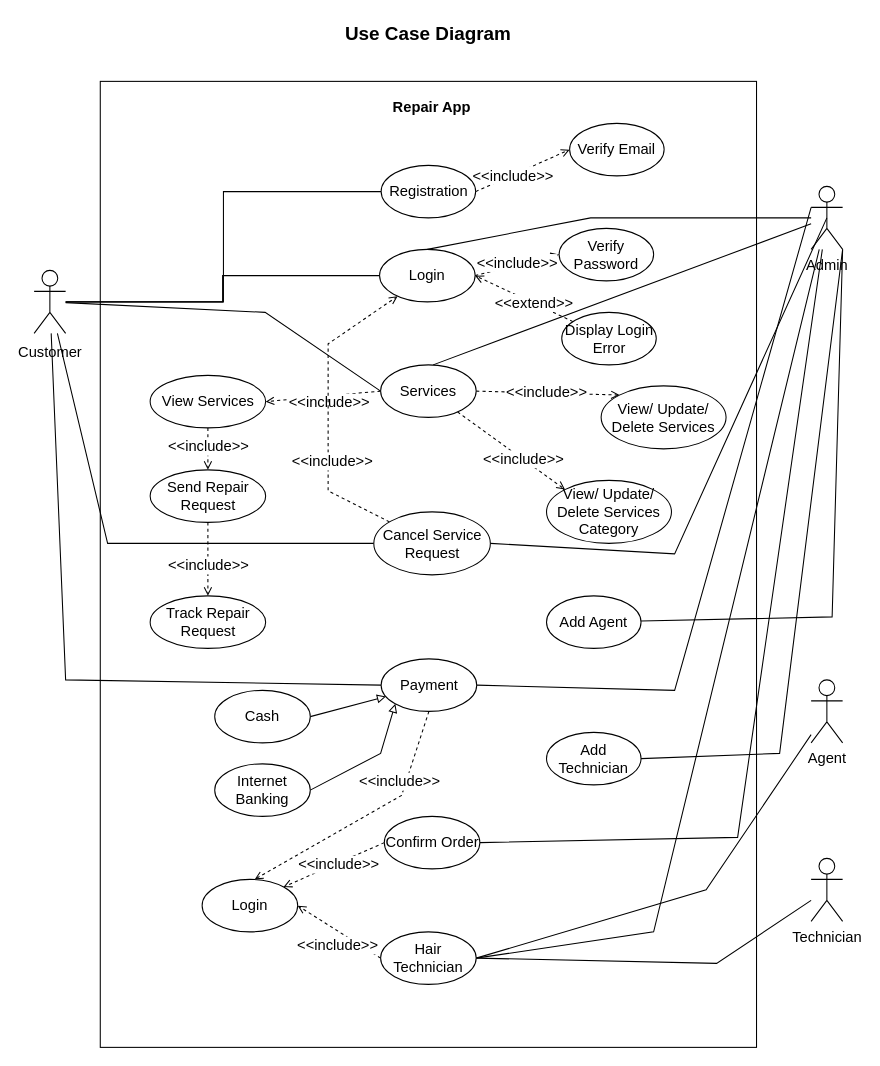
The draw.io diagram page "Use Case Diagram" (2 of 2) of Dragram drawio files/Use Case Diagram.drawio in AssadujjamanTilok/Report_Repair, before the edit. Source tidied: cells renumbered, new cells numbered last; positions are measured from the earlier drawing's top-left corner, leaving out a move shared by most shapes. Both pictures are drawn from the tidied source at 105%, with x=0, y=0 at pixel (34, 18).
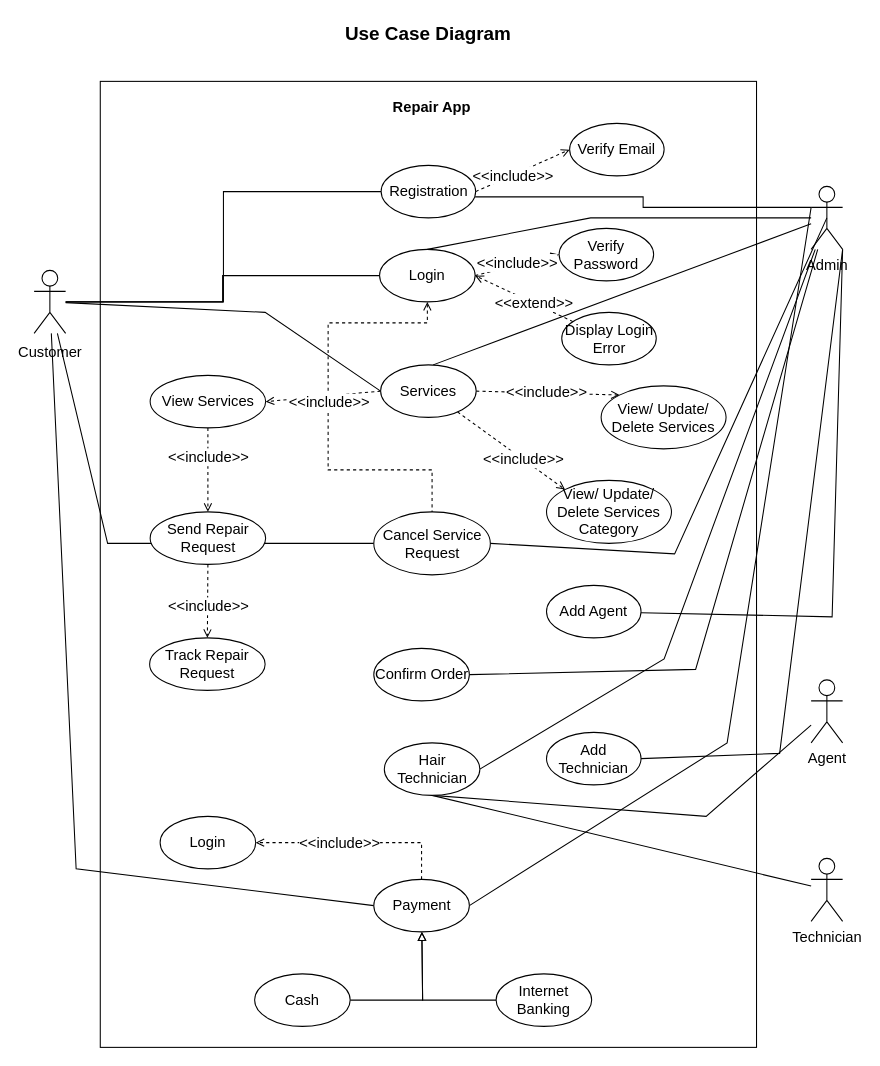
The same diagram, later.

Commit message:
Make use case correct

The change refers to these unchanged cells:
```xml
<mxCell id="9" value="&lt;font style=&quot;font-size: 14px;&quot;&gt;Customer&lt;/font&gt;" style="shape=umlActor;verticalLabelPosition=bottom;verticalAlign=top;html=1;outlineConnect=0;fontSize=18;" parent="1" vertex="1">
  <mxGeometry y="240" width="30" height="60" as="geometry" />
</mxCell>
<mxCell id="16" value="Admin&lt;br&gt;" style="shape=umlActor;verticalLabelPosition=bottom;verticalAlign=top;html=1;outlineConnect=0;fontSize=14;" parent="1" vertex="1">
  <mxGeometry x="740" y="160" width="30" height="60" as="geometry" />
</mxCell>
<mxCell id="19" value="Agent" style="shape=umlActor;verticalLabelPosition=bottom;verticalAlign=top;html=1;outlineConnect=0;fontSize=14;" parent="1" vertex="1">
  <mxGeometry x="740" y="630" width="30" height="60" as="geometry" />
</mxCell>
<mxCell id="21" value="Technician" style="shape=umlActor;verticalLabelPosition=bottom;verticalAlign=top;html=1;outlineConnect=0;fontSize=14;" parent="1" vertex="1">
  <mxGeometry x="740" y="800" width="30" height="60" as="geometry" />
</mxCell>
<mxCell id="27" value="Login" style="ellipse;whiteSpace=wrap;html=1;fontSize=14;" parent="1" vertex="1">
  <mxGeometry x="329" y="220" width="91" height="50" as="geometry" />
</mxCell>
<mxCell id="42" value="Cancel Service Request" style="ellipse;whiteSpace=wrap;html=1;fontSize=14;" parent="1" vertex="1">
  <mxGeometry x="323.5" y="470" width="111" height="60" as="geometry" />
</mxCell>
```

The edit, as a diff of the source:
```diff
@@
     <mxCell id="8" style="edgeStyle=none;rounded=0;jettySize=auto;html=1;entryX=0;entryY=0.5;entryDx=0;entryDy=0;fontSize=14;endArrow=none;endFill=0;" parent="1" edge="1" source="9" target="45">
       <mxGeometry relative="1" as="geometry">
         <Array as="points">
-          <mxPoint x="30" y="630" />
+          <mxPoint x="40" y="810" />
         </Array>
       </mxGeometry>
     </mxCell>
@@
     <mxCell id="12" style="edgeStyle=none;rounded=0;jettySize=auto;html=1;entryX=1;entryY=0.5;entryDx=0;entryDy=0;fontSize=14;endArrow=none;endFill=0;exitX=0;exitY=0.3333333333333333;exitDx=0;exitDy=0;exitPerimeter=0;" parent="1" edge="1" source="16" target="45">
       <mxGeometry relative="1" as="geometry">
         <Array as="points">
-          <mxPoint x="610" y="640" />
+          <mxPoint x="660" y="690" />
         </Array>
       </mxGeometry>
     </mxCell>
     <mxCell id="13" style="edgeStyle=none;rounded=0;jettySize=auto;html=1;entryX=1;entryY=0.5;entryDx=0;entryDy=0;fontSize=14;endArrow=none;endFill=0;" parent="1" edge="1" source="16" target="48">
       <mxGeometry relative="1" as="geometry">
         <Array as="points">
-          <mxPoint x="670" y="780" />
+          <mxPoint x="630" y="620" />
         </Array>
       </mxGeometry>
     </mxCell>
     <mxCell id="14" style="edgeStyle=none;rounded=0;jettySize=auto;html=1;entryX=1;entryY=0.5;entryDx=0;entryDy=0;fontSize=14;endArrow=none;endFill=0;" parent="1" edge="1" source="16" target="51">
       <mxGeometry relative="1" as="geometry">
         <Array as="points">
-          <mxPoint x="590" y="870" />
+          <mxPoint x="600" y="610" />
         </Array>
       </mxGeometry>
     </mxCell>
@@
+    <mxCell id="70" style="edgeStyle=orthogonalEdgeStyle;rounded=0;jettySize=auto;html=1;endArrow=none;endFill=0;" parent="1" edge="1" source="16">
+      <mxGeometry relative="1" as="geometry">
+        <mxPoint x="420" y="170" as="targetPoint" />
+        <Array as="points">
+          <mxPoint x="580" y="180" />
+          <mxPoint x="580" y="170" />
+        </Array>
+      </mxGeometry>
+    </mxCell>
@@
-    <mxCell id="18" style="edgeStyle=none;rounded=0;jettySize=auto;html=1;fontSize=14;endArrow=none;endFill=0;entryX=1;entryY=0.5;entryDx=0;entryDy=0;" parent="1" edge="1" source="19" target="51">
+    <mxCell id="18" style="edgeStyle=none;rounded=0;jettySize=auto;html=1;fontSize=14;endArrow=none;endFill=0;entryX=0.5;entryY=1;entryDx=0;entryDy=0;" parent="1" edge="1" source="19" target="51">
       <mxGeometry relative="1" as="geometry">
         <Array as="points">
-          <mxPoint x="640" y="830" />
+          <mxPoint x="640" y="760" />
         </Array>
       </mxGeometry>
     </mxCell>
@@
-    <mxCell id="20" style="edgeStyle=none;rounded=0;jettySize=auto;html=1;fontSize=14;endArrow=none;endFill=0;entryX=1;entryY=0.5;entryDx=0;entryDy=0;" parent="1" edge="1" source="21" target="51">
-      <mxGeometry relative="1" as="geometry">
-        <Array as="points">
-          <mxPoint x="650" y="900" />
-        </Array>
-      </mxGeometry>
+    <mxCell id="20" style="edgeStyle=none;rounded=0;jettySize=auto;html=1;fontSize=14;endArrow=none;endFill=0;entryX=0.5;entryY=1;entryDx=0;entryDy=0;" parent="1" edge="1" source="21" target="51">
+      <mxGeometry relative="1" as="geometry" />
     </mxCell>
@@
+    <mxCell id="71" style="edgeStyle=orthogonalEdgeStyle;rounded=0;jettySize=auto;html=1;dashed=1;endArrow=none;endFill=0;startArrow=open;startFill=0;exitX=0.5;exitY=1;exitDx=0;exitDy=0;" parent="1" edge="1" source="27" target="42">
+      <mxGeometry relative="1" as="geometry">
+        <Array as="points">
+          <mxPoint x="375" y="290" />
+          <mxPoint x="280" y="290" />
+          <mxPoint x="280" y="430" />
+          <mxPoint x="379" y="430" />
+        </Array>
+      </mxGeometry>
+    </mxCell>
@@
-    <mxCell id="40" style="edgeStyle=none;rounded=0;jettySize=auto;html=1;dashed=1;fontSize=14;endArrow=open;endFill=0;" parent="1" edge="1" source="42" target="27">
-      <mxGeometry relative="1" as="geometry">
-        <Array as="points">
-          <mxPoint x="280" y="450" />
-          <mxPoint x="280" y="310" />
-        </Array>
-      </mxGeometry>
-    </mxCell>
-    <mxCell id="41" value="&amp;lt;&amp;lt;include&amp;gt;&amp;gt;" style="edgeLabel;html=1;align=center;verticalAlign=middle;fontSize=14;" parent="40" vertex="1">
-      <mxGeometry x="-0.35" y="-3" relative="1" as="geometry">
-        <mxPoint y="-1" as="offset" />
-      </mxGeometry>
-    </mxCell>
@@
-    <mxCell id="43" style="edgeStyle=none;rounded=0;jettySize=auto;html=1;exitX=0.5;exitY=1;exitDx=0;exitDy=0;dashed=1;fontSize=14;endArrow=open;endFill=0;" parent="1" edge="1" source="45">
-      <mxGeometry relative="1" as="geometry">
-        <mxPoint x="210" y="820" as="targetPoint" />
-        <Array as="points">
-          <mxPoint x="350" y="740" />
-        </Array>
-      </mxGeometry>
-    </mxCell>
-    <mxCell id="44" value="&amp;lt;&amp;lt;include&amp;gt;&amp;gt;" style="edgeLabel;html=1;align=center;verticalAlign=middle;fontSize=14;" parent="43" vertex="1">
-      <mxGeometry x="-0.75" relative="1" as="geometry">
-        <mxPoint x="-19" y="37" as="offset" />
-      </mxGeometry>
-    </mxCell>
+    <mxCell id="72" style="edgeStyle=orthogonalEdgeStyle;rounded=0;jettySize=auto;html=1;exitX=0.5;exitY=0;exitDx=0;exitDy=0;entryX=1;entryY=0.5;entryDx=0;entryDy=0;dashed=1;startArrow=none;startFill=0;endArrow=open;endFill=0;" parent="1" edge="1" source="45" target="56">
+      <mxGeometry relative="1" as="geometry" />
+    </mxCell>
     <mxCell id="45" value="Payment" style="ellipse;whiteSpace=wrap;html=1;fontSize=14;" parent="1" vertex="1">
-      <mxGeometry x="330.5" y="610" width="91" height="50" as="geometry" />
+      <mxGeometry x="323.5" y="820" width="91" height="50" as="geometry" />
     </mxCell>
-    <mxCell id="46" style="edgeStyle=none;rounded=0;jettySize=auto;html=1;exitX=0;exitY=0.5;exitDx=0;exitDy=0;entryX=1;entryY=0;entryDx=0;entryDy=0;dashed=1;fontSize=14;endArrow=open;endFill=0;" parent="1" edge="1" source="48" target="56">
-      <mxGeometry relative="1" as="geometry" />
-    </mxCell>
-    <mxCell id="47" value="&amp;lt;&amp;lt;include&amp;gt;&amp;gt;" style="edgeLabel;html=1;align=center;verticalAlign=middle;fontSize=14;" parent="46" vertex="1">
-      <mxGeometry x="-0.31" y="-2" relative="1" as="geometry">
-        <mxPoint x="-10" y="8" as="offset" />
-      </mxGeometry>
-    </mxCell>
     <mxCell id="48" value="Confirm Order" style="ellipse;whiteSpace=wrap;html=1;fontSize=14;" parent="1" vertex="1">
-      <mxGeometry x="333.5" y="760" width="91" height="50" as="geometry" />
+      <mxGeometry x="323.5" y="600" width="91" height="50" as="geometry" />
     </mxCell>
-    <mxCell id="49" style="edgeStyle=none;rounded=0;jettySize=auto;html=1;exitX=0;exitY=0.5;exitDx=0;exitDy=0;entryX=1;entryY=0.5;entryDx=0;entryDy=0;dashed=1;fontSize=14;endArrow=open;endFill=0;" parent="1" edge="1" source="51" target="56">
-      <mxGeometry relative="1" as="geometry" />
-    </mxCell>
-    <mxCell id="50" value="&amp;lt;&amp;lt;include&amp;gt;&amp;gt;" style="edgeLabel;html=1;align=center;verticalAlign=middle;fontSize=14;" parent="49" vertex="1">
-      <mxGeometry x="-0.51" y="-1" relative="1" as="geometry">
-        <mxPoint x="-23" y="1" as="offset" />
-      </mxGeometry>
-    </mxCell>
     <mxCell id="51" value="Hair Technician" style="ellipse;whiteSpace=wrap;html=1;fontSize=14;" parent="1" vertex="1">
-      <mxGeometry x="330" y="870" width="91" height="50" as="geometry" />
+      <mxGeometry x="333.5" y="690" width="91" height="50" as="geometry" />
     </mxCell>
     <mxCell id="52" style="edgeStyle=none;rounded=0;jettySize=auto;html=1;exitX=1;exitY=0.5;exitDx=0;exitDy=0;fontSize=14;endArrow=block;endFill=0;" parent="1" edge="1" source="53" target="45">
-      <mxGeometry relative="1" as="geometry" />
+      <mxGeometry relative="1" as="geometry">
+        <Array as="points">
+          <mxPoint x="370" y="935" />
+        </Array>
+      </mxGeometry>
     </mxCell>
     <mxCell id="53" value="Cash" style="ellipse;whiteSpace=wrap;html=1;fontSize=14;" parent="1" vertex="1">
-      <mxGeometry x="172" y="640" width="91" height="50" as="geometry" />
+      <mxGeometry x="210" y="910" width="91" height="50" as="geometry" />
     </mxCell>
-    <mxCell id="54" style="edgeStyle=none;rounded=0;jettySize=auto;html=1;exitX=1;exitY=0.5;exitDx=0;exitDy=0;fontSize=14;endArrow=block;endFill=0;entryX=0;entryY=1;entryDx=0;entryDy=0;" parent="1" edge="1" source="55" target="45">
+    <mxCell id="54" style="edgeStyle=none;rounded=0;jettySize=auto;html=1;exitX=0;exitY=0.5;exitDx=0;exitDy=0;fontSize=14;endArrow=block;endFill=0;" parent="1" edge="1" source="55" target="45">
       <mxGeometry relative="1" as="geometry">
         <Array as="points">
-          <mxPoint x="330" y="700" />
+          <mxPoint x="370" y="935" />
         </Array>
       </mxGeometry>
     </mxCell>
     <mxCell id="55" value="Internet Banking" style="ellipse;whiteSpace=wrap;html=1;fontSize=14;" parent="1" vertex="1">
-      <mxGeometry x="172" y="710" width="91" height="50" as="geometry" />
+      <mxGeometry x="440" y="910" width="91" height="50" as="geometry" />
     </mxCell>
-    <mxCell id="56" value="Login" style="ellipse;whiteSpace=wrap;html=1;fontSize=14;" parent="1" vertex="1">
-      <mxGeometry x="160" y="820" width="91" height="50" as="geometry" />
-    </mxCell>
@@
     <mxCell id="64" value="Send Repair Request" style="ellipse;whiteSpace=wrap;html=1;fontSize=14;" parent="1" vertex="1">
-      <mxGeometry x="110.5" y="430" width="110" height="50" as="geometry" />
+      <mxGeometry x="110.5" y="470" width="110" height="50" as="geometry" />
     </mxCell>
     <mxCell id="65" value="Track Repair Request" style="ellipse;whiteSpace=wrap;html=1;fontSize=14;" parent="1" vertex="1">
-      <mxGeometry x="110.5" y="550" width="110" height="50" as="geometry" />
+      <mxGeometry x="110" y="590" width="110" height="50" as="geometry" />
     </mxCell>
@@
     <mxCell id="67" value="Add Agent" style="ellipse;whiteSpace=wrap;html=1;fontSize=14;" parent="1" vertex="1">
-      <mxGeometry x="488" y="550" width="90" height="50" as="geometry" />
+      <mxGeometry x="488" y="540" width="90" height="50" as="geometry" />
     </mxCell>
@@
+    <mxCell id="56" value="Login" style="ellipse;whiteSpace=wrap;html=1;fontSize=14;" parent="1" vertex="1">
+      <mxGeometry x="120" y="760" width="91" height="50" as="geometry" />
+    </mxCell>
+    <mxCell id="73" value="&amp;lt;&amp;lt;include&amp;gt;&amp;gt;" style="edgeLabel;html=1;align=center;verticalAlign=middle;fontSize=14;" parent="1" vertex="1">
+      <mxGeometry x="290" y="785" as="geometry" />
+    </mxCell>
```
